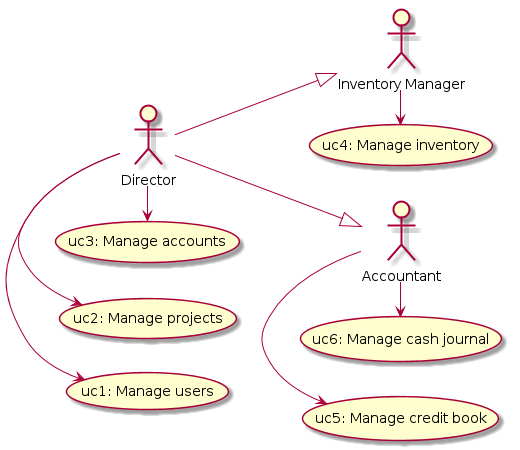
aert/aert-farmerp keeps this PlantUML diagram as docs/images/generated/features_overview_guc.png. Above is the earlier version.
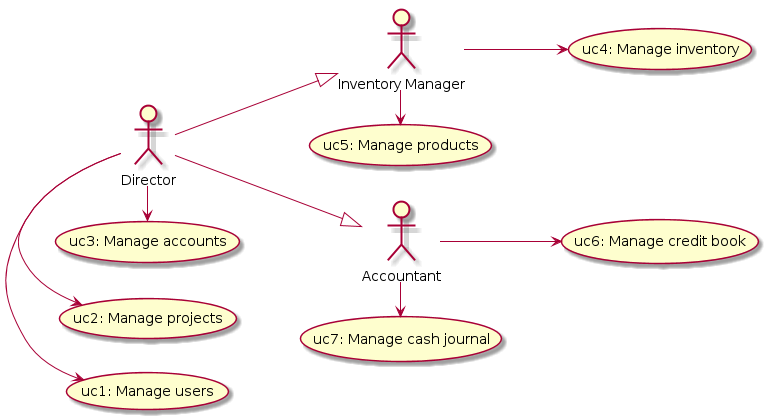
Above is the later version.

Change to the diagram source:
```diff
@@ -9,8 +9,9 @@
    (uc2: Manage projects)        as (guc2)
    (uc3: Manage accounts)        as (guc3)
    (uc4: Manage inventory)       as (guc4)
-   (uc5: Manage credit book)     as (guc5)
-   (uc6: Manage cash journal)    as (guc6)
+   (uc5: Manage products)        as (guc5)
+   (uc6: Manage credit book)     as (guc6)
+   (uc7: Manage cash journal)    as (guc7)
 
    Director --|> Inventory
    Director --|> Accountant
@@ -18,8 +19,9 @@
    Director           -> (guc1)
    Director           -> (guc2)
    Director           -> (guc3)
-   Inventory          -> (guc4)
-   Accountant         -> (guc5)
-   Accountant         -> (guc6)
+   Inventory         --> (guc4)
+   Inventory          -> (guc5)
+   Accountant        --> (guc6)
+   Accountant         -> (guc7)
 
 @enduml
```
